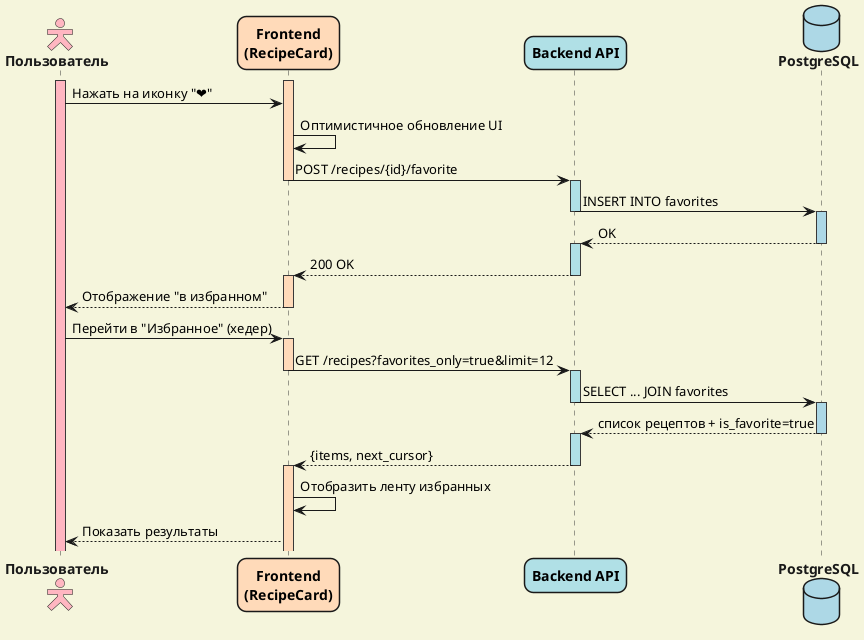
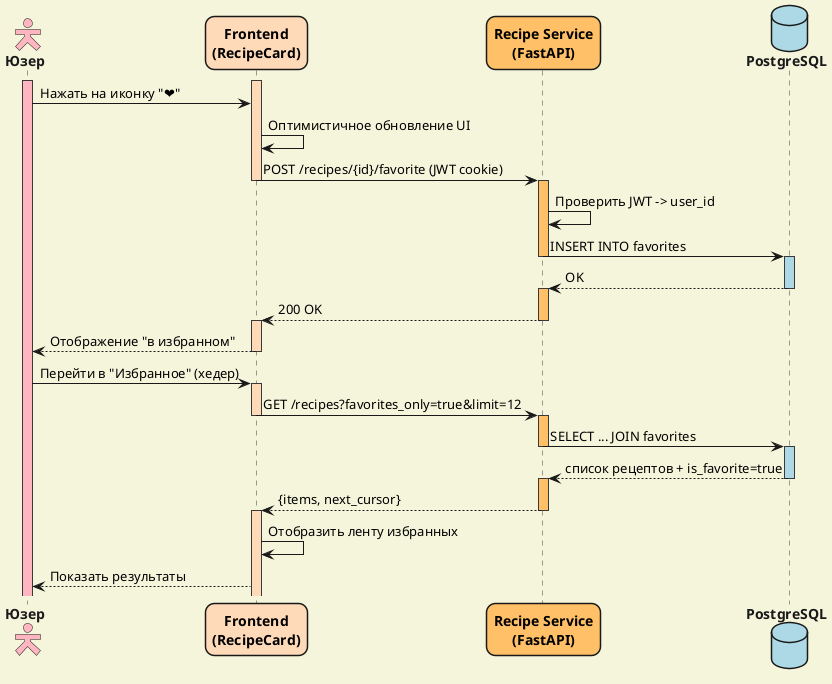
@startuml сиквенс_диаграмма_добавление_в_избранное_и_просмотр_избранного
!theme mars

- ' НАСТРОЙКИ
skinparam actor {
  FontStyle bold
  BackgroundColor #FFB6C1
}
skinparam participant {
  FontColor black
  FontStyle bold
}
skinparam database {
  FontStyle bold
  BackgroundColor #ADD8E6
}
skinparam backgroundcolor #F5F5DC
skinparam roundcorner 18
skinparam actorStyle hollow

- ' УЧАСТНИКИ
- actor "Пользователь" as User
+ actor "Юзер" as User
participant "Frontend\n(RecipeCard)" as Frontend #FFDAB9
- participant "Backend API" as Backend #B0E0E6
+ participant "Recipe Service\n(FastAPI)" as RecipeSvc #FFC067
database "PostgreSQL" as DB #ADD8E6

- ' СЦЕНАРИЙ
User ++ #FFB6C1
Frontend ++ #FFDAB9

User -> Frontend : Нажать на иконку "❤️"
Frontend -> Frontend : Оптимистичное обновление UI
- Frontend -> Backend --++ #B0E0E6 : POST /recipes/{id}/favorite
- Backend -> DB --++ #ADD8E6 : INSERT INTO favorites
- DB --> Backend --++ #B0E0E6 : OK
- Backend --> Frontend --++ #FFDAB9 : 200 OK
+ Frontend -> RecipeSvc --++ #FFC067 : POST /recipes/{id}/favorite (JWT cookie)
+ RecipeSvc -> RecipeSvc : Проверить JWT -> user_id
+ RecipeSvc -> DB --++ #ADD8E6 : INSERT INTO favorites
+ DB --> RecipeSvc --++ #FFC067 : OK
+ RecipeSvc --> Frontend --++ #FFDAB9 : 200 OK
Frontend --> User -- : Отображение "в избранном"

User -> Frontend ++ #FFDAB9 : Перейти в "Избранное" (хедер)
- Frontend -> Backend --++ #B0E0E6 : GET /recipes?favorites_only=true&limit=12
- Backend -> DB --++ #ADD8E6 : SELECT ... JOIN favorites
- DB --> Backend --++ #B0E0E6 : список рецептов + is_favorite=true
- Backend --> Frontend --++ #FFDAB9 : {items, next_cursor}
+ Frontend -> RecipeSvc --++ #FFC067 : GET /recipes?favorites_only=true&limit=12
+ RecipeSvc -> DB --++ #ADD8E6 : SELECT ... JOIN favorites
+ DB --> RecipeSvc --++ #FFC067 : список рецептов + is_favorite=true
+ RecipeSvc --> Frontend --++ #FFDAB9 : {items, next_cursor}
Frontend -> Frontend : Отобразить ленту избранных
Frontend --> User : Показать результаты

@enduml